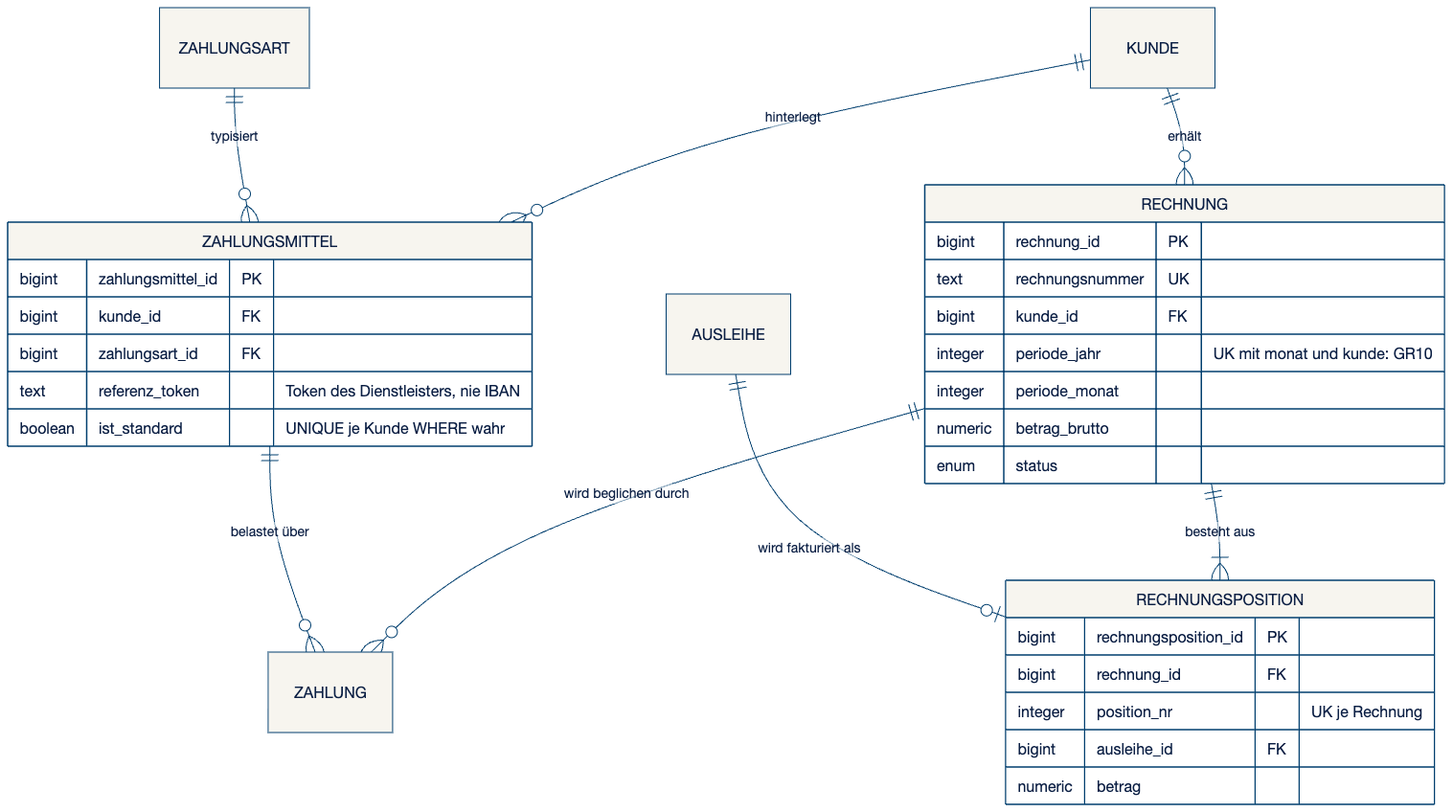
Earlier version of the Mermaid export slides/assets/rel-e-abrechnung.png (swrobuts/velocity-fallstudie). Its source is kept beside it as doku/datenmodell/erd/rel-e-abrechnung.mmd.
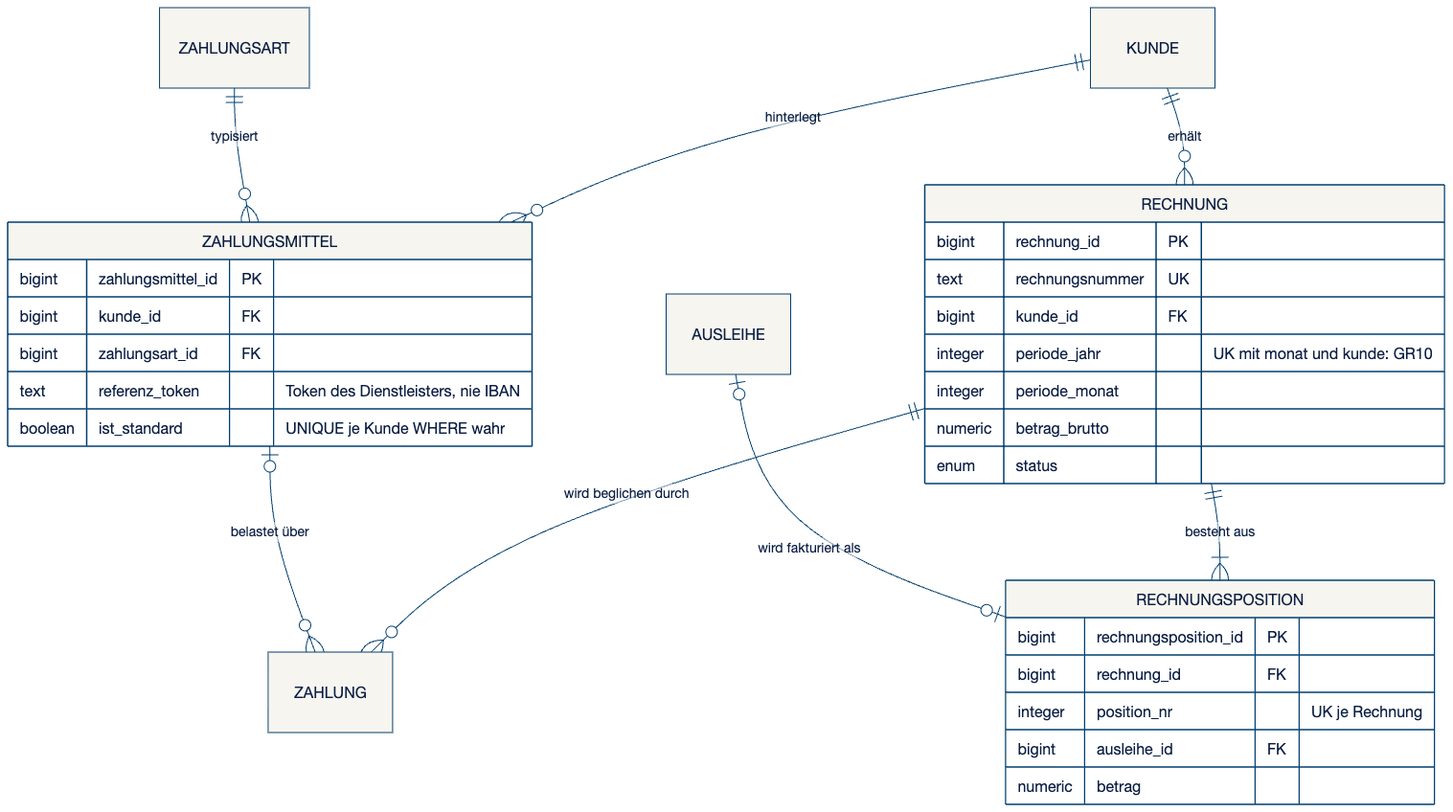
After the change.

What changed in the source:
```diff
@@ -3,9 +3,9 @@
     ZAHLUNGSART    ||--o{ ZAHLUNGSMITTEL    : "typisiert"
     KUNDE          ||--o{ RECHNUNG          : "erhält"
     RECHNUNG       ||--|{ RECHNUNGSPOSITION : "besteht aus"
-    AUSLEIHE       ||--o| RECHNUNGSPOSITION : "wird fakturiert als"
+    AUSLEIHE       |o--o| RECHNUNGSPOSITION : "wird fakturiert als"
     RECHNUNG       ||--o{ ZAHLUNG           : "wird beglichen durch"
-    ZAHLUNGSMITTEL ||--o{ ZAHLUNG           : "belastet über"
+    ZAHLUNGSMITTEL |o--o{ ZAHLUNG           : "belastet über"
 
     ZAHLUNGSMITTEL {
         bigint  zahlungsmittel_id PK
```
